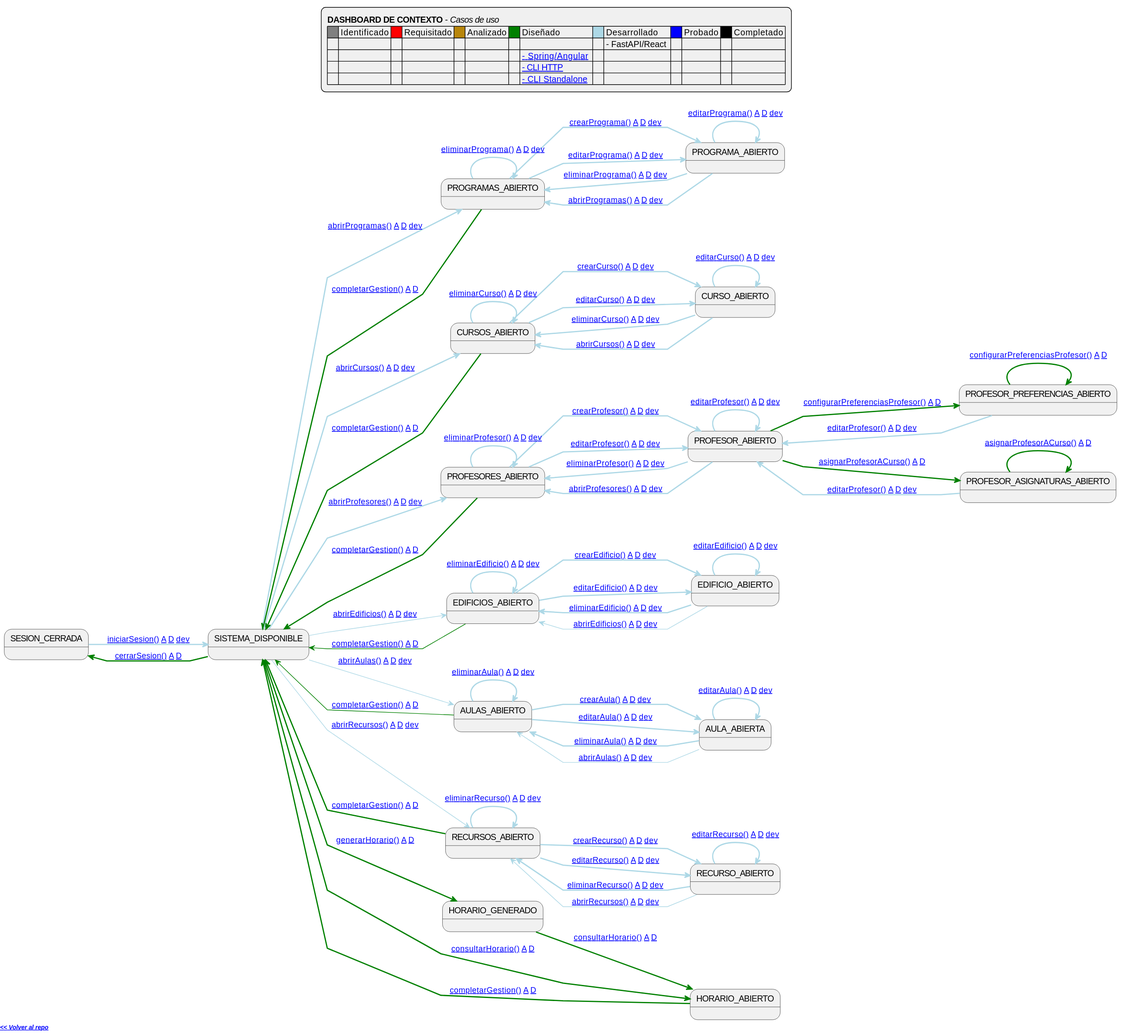
Above: images/RUP/99-seguimiento/diagrama-contexto-administrador.svg in mmasias/pySigHor (PlantUML), before the change.
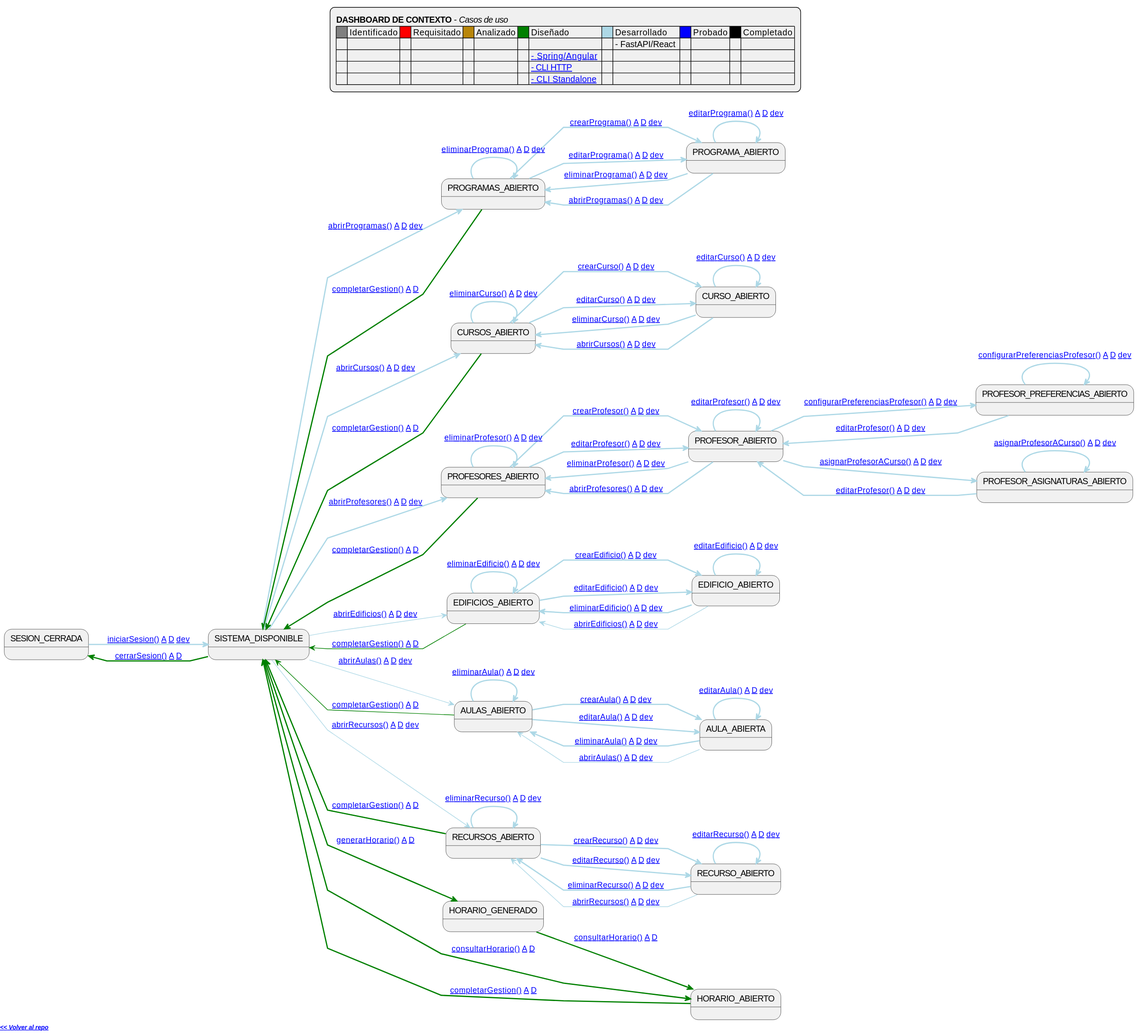
The same file after the commit.

Commit message:
chore(dashboard): actualizar dashboard — asignarProfesorACurso como Desarrollado

The edit, as a diff of the source:
```diff
@@ -59,9 +59,9 @@
 Menu -[#green,bold]-> Generacion: [[https://github.com/mmasias/pySigHor/blob/main/RUP/00-casos-uso/02-detalle/generarHorario/README.md generarHorario()]] [[https://github.com/mmasias/pySigHor/blob/main/RUP/01-analisis/casos-uso/generarHorario/README.md A]] [[https://github.com/mmasias/pySigHor/blob/diseño-fastapi-react/RUP/02-diseño/casos-uso/generarHorario/README.md D]]
 Menu -[#green,bold]-> Consulta: [[https://github.com/mmasias/pySigHor/blob/main/RUP/00-casos-uso/02-detalle/consultarHorario/README.md consultarHorario()]] [[https://github.com/mmasias/pySigHor/blob/main/RUP/01-analisis/casos-uso/consultarHorario/README.md A]] [[https://github.com/mmasias/pySigHor/blob/diseño-fastapi-react/RUP/02-diseño/casos-uso/consultarHorario/README.md D]]
 
-EditProfesor -[#green,thickness=2]-> Asignaciones: [[https://github.com/mmasias/pySigHor/blob/main/RUP/00-casos-uso/02-detalle/asignarProfesorACurso/README.md asignarProfesorACurso()]] [[https://github.com/mmasias/pySigHor/blob/main/RUP/01-analisis/casos-uso/asignarProfesorACurso/README.md A]] [[https://github.com/mmasias/pySigHor/blob/diseño-fastapi-react/RUP/02-diseño/casos-uso/asignarProfesorACurso/README.md D]]
+EditProfesor -[#lightblue,thickness=2]-> Asignaciones: [[https://github.com/mmasias/pySigHor/blob/main/RUP/00-casos-uso/02-detalle/asignarProfesorACurso/README.md asignarProfesorACurso()]] [[https://github.com/mmasias/pySigHor/blob/main/RUP/01-analisis/casos-uso/asignarProfesorACurso/README.md A]] [[https://github.com/mmasias/pySigHor/blob/diseño-fastapi-react/RUP/02-diseño/casos-uso/asignarProfesorACurso/README.md D]] [[https://github.com/mmasias/pySigHor/blob/diseño-fastapi-react/RUP/03-desarrollo/casos-uso/asignarProfesorACurso/README.md dev]]
 
-Asignaciones -[#green,thickness=2]-> Asignaciones: [[https://github.com/mmasias/pySigHor/blob/main/RUP/00-casos-uso/02-detalle/asignarProfesorACurso/README.md asignarProfesorACurso()]] [[https://github.com/mmasias/pySigHor/blob/main/RUP/01-analisis/casos-uso/asignarProfesorACurso/README.md A]] [[https://github.com/mmasias/pySigHor/blob/diseño-fastapi-react/RUP/02-diseño/casos-uso/asignarProfesorACurso/README.md D]]
+Asignaciones -[#lightblue,thickness=2]-> Asignaciones: [[https://github.com/mmasias/pySigHor/blob/main/RUP/00-casos-uso/02-detalle/asignarProfesorACurso/README.md asignarProfesorACurso()]] [[https://github.com/mmasias/pySigHor/blob/main/RUP/01-analisis/casos-uso/asignarProfesorACurso/README.md A]] [[https://github.com/mmasias/pySigHor/blob/diseño-fastapi-react/RUP/02-diseño/casos-uso/asignarProfesorACurso/README.md D]] [[https://github.com/mmasias/pySigHor/blob/diseño-fastapi-react/RUP/03-desarrollo/casos-uso/asignarProfesorACurso/README.md dev]]
 Asignaciones -[#lightblue,thickness=2]-> EditProfesor: [[https://github.com/mmasias/pySigHor/blob/main/RUP/00-casos-uso/02-detalle/editarProfesor/README.md editarProfesor()]] [[https://github.com/mmasias/pySigHor/blob/main/RUP/01-analisis/casos-uso/editarProfesor/README.md A]] [[https://github.com/mmasias/pySigHor/blob/diseño-fastapi-react/RUP/02-diseño/casos-uso/editarProfesor/README.md D]] [[https://github.com/mmasias/pySigHor/blob/diseño-fastapi-react/RUP/03-desarrollo/casos-uso/editarProfesor/README.md dev]]
 ListProgramas -[#lightblue,thickness=2]-> EditPrograma: [[https://github.com/mmasias/pySigHor/blob/main/RUP/00-casos-uso/02-detalle/crearPrograma/README.md crearPrograma()]] [[https://github.com/mmasias/pySigHor/blob/main/RUP/01-analisis/casos-uso/crearPrograma/README.md A]] [[https://github.com/mmasias/pySigHor/blob/diseño-fastapi-react/RUP/02-diseño/casos-uso/crearPrograma/README.md D]] [[https://github.com/mmasias/pySigHor/blob/diseño-fastapi-react/RUP/03-desarrollo/casos-uso/crearPrograma/README.md dev]]
 ListProgramas -[#lightblue,thickness=2]-> EditPrograma: [[https://github.com/mmasias/pySigHor/blob/main/RUP/00-casos-uso/02-detalle/editarPrograma/README.md editarPrograma()]] [[https://github.com/mmasias/pySigHor/blob/main/RUP/01-analisis/casos-uso/editarPrograma/README.md A]] [[https://github.com/mmasias/pySigHor/blob/diseño-fastapi-react/RUP/02-diseño/casos-uso/editarPrograma/README.md D]] [[https://github.com/mmasias/pySigHor/blob/diseño-fastapi-react/RUP/03-desarrollo/casos-uso/editarPrograma/README.md dev]]
@@ -80,9 +80,9 @@
 ListProfesores -[#lightblue,thickness=2]-> ListProfesores: [[https://github.com/mmasias/pySigHor/blob/main/RUP/00-casos-uso/02-detalle/eliminarProfesor/README.md eliminarProfesor()]] [[https://github.com/mmasias/pySigHor/blob/main/RUP/01-analisis/casos-uso/eliminarProfesor/README.md A]] [[https://github.com/mmasias/pySigHor/blob/diseño-fastapi-react/RUP/02-diseño/casos-uso/eliminarProfesor/README.md D]] [[https://github.com/mmasias/pySigHor/blob/diseño-fastapi-react/RUP/03-desarrollo/casos-uso/eliminarProfesor/README.md dev]]
 EditProfesor -[#lightblue,thickness=2]-> EditProfesor: [[https://github.com/mmasias/pySigHor/blob/main/RUP/00-casos-uso/02-detalle/editarProfesor/README.md editarProfesor()]] [[https://github.com/mmasias/pySigHor/blob/main/RUP/01-analisis/casos-uso/editarProfesor/README.md A]] [[https://github.com/mmasias/pySigHor/blob/diseño-fastapi-react/RUP/02-diseño/casos-uso/editarProfesor/README.md D]] [[https://github.com/mmasias/pySigHor/blob/diseño-fastapi-react/RUP/03-desarrollo/casos-uso/editarProfesor/README.md dev]]
 EditProfesor -[#lightblue,thickness=2]-> ListProfesores: [[https://github.com/mmasias/pySigHor/blob/main/RUP/00-casos-uso/02-detalle/eliminarProfesor/README.md eliminarProfesor()]] [[https://github.com/mmasias/pySigHor/blob/main/RUP/01-analisis/casos-uso/eliminarProfesor/README.md A]] [[https://github.com/mmasias/pySigHor/blob/diseño-fastapi-react/RUP/02-diseño/casos-uso/eliminarProfesor/README.md D]] [[https://github.com/mmasias/pySigHor/blob/diseño-fastapi-react/RUP/03-desarrollo/casos-uso/eliminarProfesor/README.md dev]]
-EditProfesor -[#green,thickness=2]-> EditProfesorPreferencias: [[https://github.com/mmasias/pySigHor/blob/main/RUP/00-casos-uso/02-detalle/configurarPreferenciasProfesor/README.md configurarPreferenciasProfesor()]] [[https://github.com/mmasias/pySigHor/blob/main/RUP/01-analisis/casos-uso/configurarPreferenciasProfesor/README.md A]] [[https://github.com/mmasias/pySigHor/blob/diseño-fastapi-react/RUP/02-diseño/casos-uso/configurarPreferenciasProfesor/README.md D]]
+EditProfesor -[#lightblue,thickness=2]-> EditProfesorPreferencias: [[https://github.com/mmasias/pySigHor/blob/main/RUP/00-casos-uso/02-detalle/configurarPreferenciasProfesor/README.md configurarPreferenciasProfesor()]] [[https://github.com/mmasias/pySigHor/blob/main/RUP/01-analisis/casos-uso/configurarPreferenciasProfesor/README.md A]] [[https://github.com/mmasias/pySigHor/blob/diseño-fastapi-react/RUP/02-diseño/casos-uso/configurarPreferenciasProfesor/README.md D]] [[https://github.com/mmasias/pySigHor/blob/diseño-fastapi-react/RUP/03-desarrollo/casos-uso/configurarPreferenciasProfesor/README.md dev]]
 EditProfesor -[#lightblue,thickness=2]-> ListProfesores: [[https://github.com/mmasias/pySigHor/blob/main/RUP/00-casos-uso/02-detalle/abrirProfesores/README.md abrirProfesores()]] [[https://github.com/mmasias/pySigHor/blob/main/RUP/01-analisis/casos-uso/abrirProfesores/README.md A]] [[https://github.com/mmasias/pySigHor/blob/diseño-fastapi-react/RUP/02-diseño/casos-uso/abrirProfesores/README.md D]] [[https://github.com/mmasias/pySigHor/blob/diseño-fastapi-react/RUP/03-desarrollo/casos-uso/abrirProfesores/README.md dev]]
-EditProfesorPreferencias -[#green,thickness=2]-> EditProfesorPreferencias: [[https://github.com/mmasias/pySigHor/blob/main/RUP/00-casos-uso/02-detalle/configurarPreferenciasProfesor/README.md configurarPreferenciasProfesor()]] [[https://github.com/mmasias/pySigHor/blob/main/RUP/01-analisis/casos-uso/configurarPreferenciasProfesor/README.md A]] [[https://github.com/mmasias/pySigHor/blob/diseño-fastapi-react/RUP/02-diseño/casos-uso/configurarPreferenciasProfesor/README.md D]]
+EditProfesorPreferencias -[#lightblue,thickness=2]-> EditProfesorPreferencias: [[https://github.com/mmasias/pySigHor/blob/main/RUP/00-casos-uso/02-detalle/configurarPreferenciasProfesor/README.md configurarPreferenciasProfesor()]] [[https://github.com/mmasias/pySigHor/blob/main/RUP/01-analisis/casos-uso/configurarPreferenciasProfesor/README.md A]] [[https://github.com/mmasias/pySigHor/blob/diseño-fastapi-react/RUP/02-diseño/casos-uso/configurarPreferenciasProfesor/README.md D]] [[https://github.com/mmasias/pySigHor/blob/diseño-fastapi-react/RUP/03-desarrollo/casos-uso/configurarPreferenciasProfesor/README.md dev]]
 EditProfesorPreferencias -[#lightblue,thickness=2]-> EditProfesor: [[https://github.com/mmasias/pySigHor/blob/main/RUP/00-casos-uso/02-detalle/editarProfesor/README.md editarProfesor()]] [[https://github.com/mmasias/pySigHor/blob/main/RUP/01-analisis/casos-uso/editarProfesor/README.md A]] [[https://github.com/mmasias/pySigHor/blob/diseño-fastapi-react/RUP/02-diseño/casos-uso/editarProfesor/README.md D]] [[https://github.com/mmasias/pySigHor/blob/diseño-fastapi-react/RUP/03-desarrollo/casos-uso/editarProfesor/README.md dev]]
 ListEdificios -[#lightblue,bold]-> EditEdificio: [[https://github.com/mmasias/pySigHor/blob/main/RUP/00-casos-uso/02-detalle/crearEdificio/README.md crearEdificio()]] [[https://github.com/mmasias/pySigHor/blob/main/RUP/01-analisis/casos-uso/crearEdificio/README.md A]] [[https://github.com/mmasias/pySigHor/blob/diseño-fastapi-react/RUP/02-diseño/casos-uso/crearEdificio/README.md D]] [[https://github.com/mmasias/pySigHor/blob/diseño-fastapi-react/RUP/03-desarrollo/casos-uso/crearEdificio/README.md dev]]
 ListEdificios -[#lightblue,bold]-> EditEdificio: [[https://github.com/mmasias/pySigHor/blob/main/RUP/00-casos-uso/02-detalle/editarEdificio/README.md editarEdificio()]] [[https://github.com/mmasias/pySigHor/blob/main/RUP/01-analisis/casos-uso/editarEdificio/README.md A]] [[https://github.com/mmasias/pySigHor/blob/diseño-fastapi-react/RUP/02-diseño/casos-uso/editarEdificio/README.md D]] [[https://github.com/mmasias/pySigHor/blob/diseño-fastapi-react/RUP/03-desarrollo/casos-uso/editarEdificio/README.md dev]]
```
